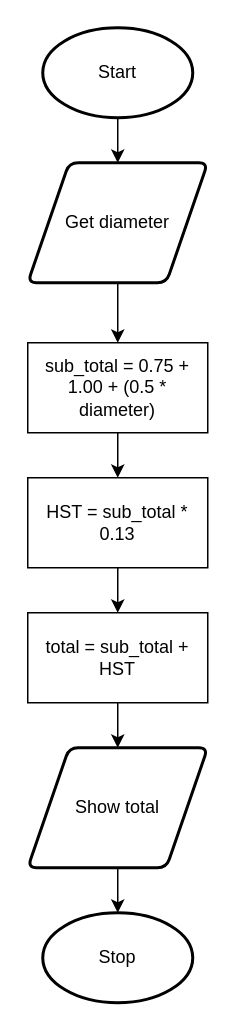
Earlier version of the draw.io diagram Integers (flowchart).drawio (Dahrio-Francois/ICS3U-Unit3-01-Python2). Source tidied: cells renumbered, new cells numbered last; positions are measured from the earlier drawing's top-left corner, leaving out a move shared by most shapes. Both pictures are drawn from the tidied source at 150%, with x=0, y=0 at pixel (27, 27).
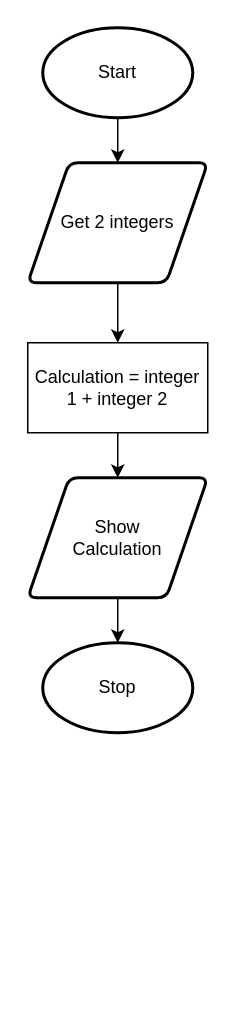
Above is the later version.

Commit message (it also covers changes not shown here):
made Integer flowcharts and Top=Downs

Change to the diagram source:
```diff
@@
 <mxGraphModel>
   <root>
     <mxCell id="0" />
     <mxCell id="1" parent="0" />
     <mxCell id="2" style="edgeStyle=orthogonalEdgeStyle;html=1;entryX=0.5;entryY=0;entryDx=0;entryDy=0;" parent="1" edge="1" source="3" target="5">
       <mxGeometry relative="1" as="geometry" />
     </mxCell>
     <mxCell id="3" value="Start" style="strokeWidth=2;html=1;shape=mxgraph.flowchart.start_1;whiteSpace=wrap;" parent="1" vertex="1">
       <mxGeometry x="10" width="100" height="60" as="geometry" />
     </mxCell>
     <mxCell id="4" style="edgeStyle=orthogonalEdgeStyle;html=1;" parent="1" edge="1" source="5" target="7">
       <mxGeometry relative="1" as="geometry" />
     </mxCell>
-    <mxCell id="5" value="Get diameter" style="shape=parallelogram;html=1;strokeWidth=2;perimeter=parallelogramPerimeter;whiteSpace=wrap;rounded=1;arcSize=12;size=0.23;" parent="1" vertex="1">
+    <mxCell id="5" value="Get 2 integers" style="shape=parallelogram;html=1;strokeWidth=2;perimeter=parallelogramPerimeter;whiteSpace=wrap;rounded=1;arcSize=12;size=0.23;" parent="1" vertex="1">
       <mxGeometry y="90" width="120" height="80" as="geometry" />
     </mxCell>
-    <mxCell id="6" style="edgeStyle=none;html=1;entryX=0.5;entryY=0;entryDx=0;entryDy=0;" parent="1" edge="1" source="7" target="9">
-      <mxGeometry relative="1" as="geometry" />
-    </mxCell>
+    <mxCell id="15" style="edgeStyle=none;html=1;entryX=0.5;entryY=0;entryDx=0;entryDy=0;" parent="1" edge="1" source="7" target="13">
+      <mxGeometry relative="1" as="geometry" />
+    </mxCell>
-    <mxCell id="7" value="sub_total = 0.75 + 1.00 + (0.5 * diameter)" style="rounded=0;whiteSpace=wrap;html=1;" parent="1" vertex="1">
+    <mxCell id="7" value="Calculation = integer 1 + integer 2" style="rounded=0;whiteSpace=wrap;html=1;" parent="1" vertex="1">
       <mxGeometry y="210" width="120" height="60" as="geometry" />
     </mxCell>
-    <mxCell id="8" style="edgeStyle=none;html=1;entryX=0.5;entryY=0;entryDx=0;entryDy=0;" parent="1" edge="1" source="9" target="11">
-      <mxGeometry relative="1" as="geometry" />
-    </mxCell>
-    <mxCell id="9" value="HST = sub_total * 0.13" style="rounded=0;whiteSpace=wrap;html=1;" parent="1" vertex="1">
-      <mxGeometry y="300" width="120" height="60" as="geometry" />
-    </mxCell>
-    <mxCell id="10" style="edgeStyle=none;html=1;entryX=0.5;entryY=0;entryDx=0;entryDy=0;" parent="1" edge="1" source="11" target="13">
-      <mxGeometry relative="1" as="geometry" />
-    </mxCell>
-    <mxCell id="11" value="total = sub_total + HST" style="rounded=0;whiteSpace=wrap;html=1;" parent="1" vertex="1">
-      <mxGeometry y="390" width="120" height="60" as="geometry" />
-    </mxCell>
     <mxCell id="12" style="edgeStyle=none;html=1;entryX=0.5;entryY=0;entryDx=0;entryDy=0;entryPerimeter=0;" parent="1" edge="1" source="13" target="14">
       <mxGeometry relative="1" as="geometry" />
     </mxCell>
-    <mxCell id="13" value="Show total" style="shape=parallelogram;html=1;strokeWidth=2;perimeter=parallelogramPerimeter;whiteSpace=wrap;rounded=1;arcSize=12;size=0.23;" parent="1" vertex="1">
-      <mxGeometry y="480" width="120" height="80" as="geometry" />
+    <mxCell id="13" value="Show &lt;br&gt;Calculation" style="shape=parallelogram;html=1;strokeWidth=2;perimeter=parallelogramPerimeter;whiteSpace=wrap;rounded=1;arcSize=12;size=0.23;" parent="1" vertex="1">
+      <mxGeometry y="300" width="120" height="80" as="geometry" />
     </mxCell>
     <mxCell id="14" value="Stop" style="strokeWidth=2;html=1;shape=mxgraph.flowchart.start_1;whiteSpace=wrap;" parent="1" vertex="1">
-      <mxGeometry x="10" y="590" width="100" height="60" as="geometry" />
+      <mxGeometry x="10" y="410" width="100" height="60" as="geometry" />
     </mxCell>
   </root>
 </mxGraphModel>
```
